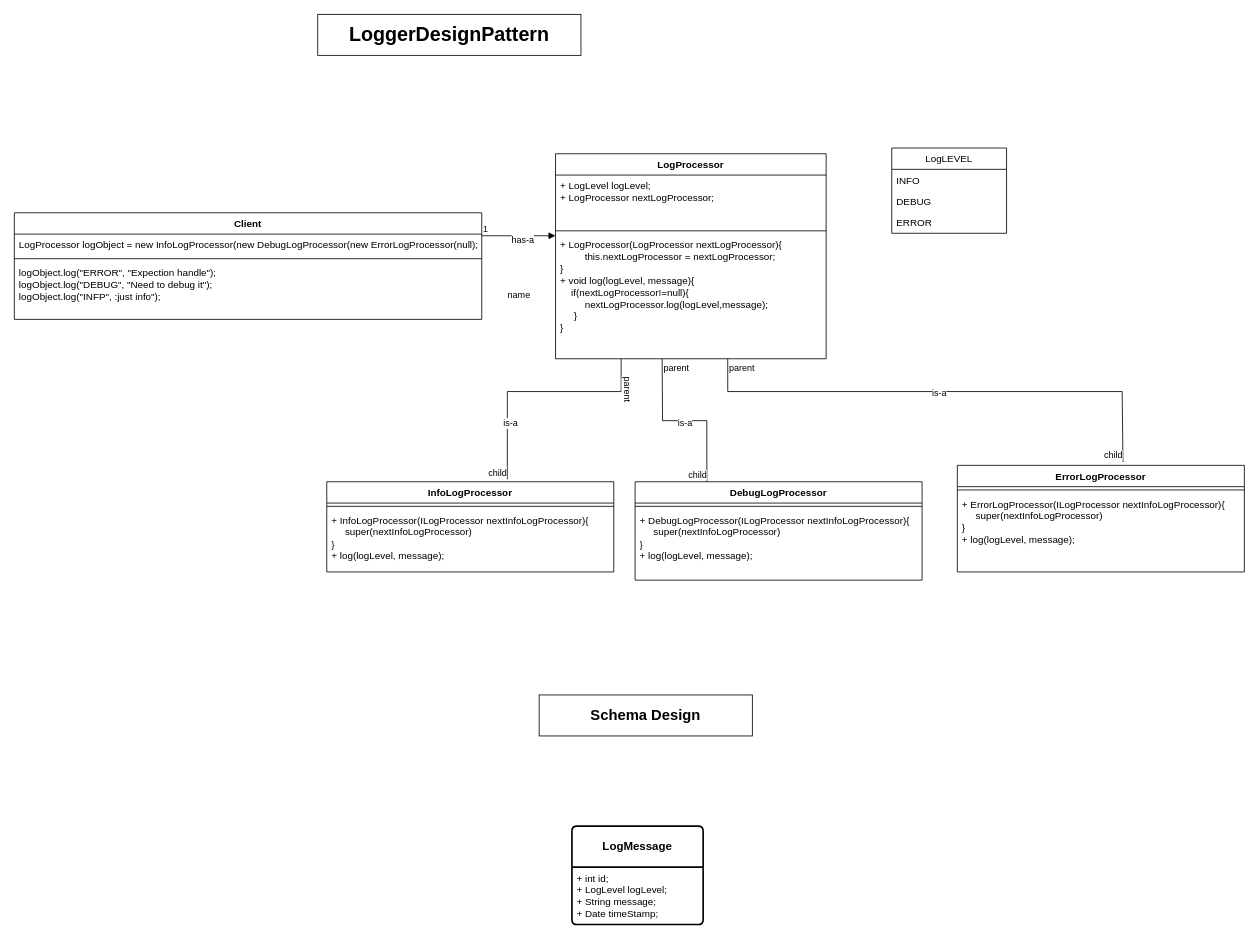
The draw.io diagram page "LoggerDesignPattern" (10 of 14) of Untitled Diagram.drawio in aryan113/UML-diagram, before the edit. Source tidied: cells renumbered, new cells numbered last; positions are measured from the earlier drawing's top-left corner, leaving out a move shared by most shapes. Both pictures are drawn from the tidied source at 82%, with x=0, y=0 at pixel (14, 14).
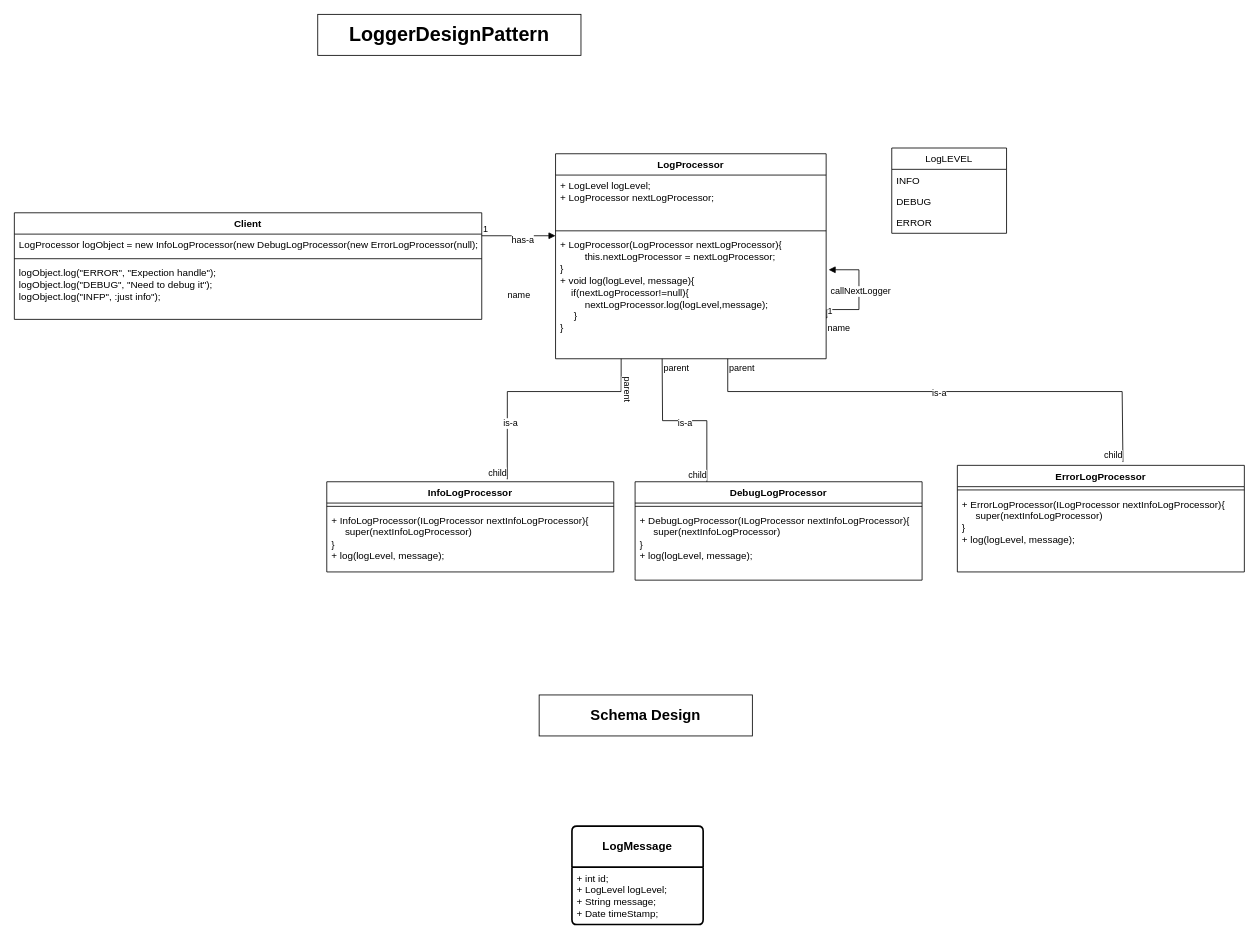
The same page after the edit.

The change refers to these unchanged cells:
```xml
<mxCell id="6" value="+ LogProcessor(LogProcessor nextLogProcessor){&lt;div&gt;&amp;nbsp; &amp;nbsp; &amp;nbsp; &amp;nbsp; &amp;nbsp;this.nextLogProcessor = nextLogProcessor;&lt;/div&gt;&lt;div&gt;}&lt;br&gt;&lt;div&gt;+ void log(logLevel, message){&lt;/div&gt;&lt;/div&gt;&lt;div&gt;&amp;nbsp; &amp;nbsp; if(&lt;span style=&quot;background-color: initial;&quot;&gt;nextLogProcessor!=null){&lt;/span&gt;&lt;/div&gt;&lt;div&gt;&lt;span style=&quot;background-color: initial;&quot;&gt;&amp;nbsp; &amp;nbsp; &amp;nbsp; &amp;nbsp; &amp;nbsp;&lt;/span&gt;&lt;span style=&quot;background-color: initial;&quot;&gt;nextLogProcessor.log(logLevel,message);&lt;/span&gt;&lt;/div&gt;&lt;div&gt;&lt;span style=&quot;background-color: initial;&quot;&gt;&amp;nbsp; &amp;nbsp; &amp;nbsp;}&lt;/span&gt;&lt;/div&gt;&lt;div&gt;&lt;span style=&quot;background-color: initial;&quot;&gt;}&lt;/span&gt;&lt;/div&gt;" style="text;strokeColor=none;fillColor=none;align=left;verticalAlign=top;spacingLeft=4;spacingRight=4;overflow=hidden;points=[[0,0.5],[1,0.5]];portConstraint=eastwest;whiteSpace=wrap;html=1;" parent="3" vertex="1">
  <mxGeometry y="98" width="330" height="152" as="geometry" />
</mxCell>
```

Diff of the diagram source:
```diff
@@
+    <mxCell id="42" value="name" style="endArrow=block;endFill=1;html=1;edgeStyle=orthogonalEdgeStyle;align=left;verticalAlign=top;rounded=0;entryX=1.009;entryY=0.286;entryDx=0;entryDy=0;entryPerimeter=0;" parent="1" edge="1" target="6">
+      <mxGeometry x="-1" relative="1" as="geometry">
+        <mxPoint x="990" y="370" as="sourcePoint" />
+        <Array as="points">
+          <mxPoint x="991" y="370" />
+          <mxPoint x="991" y="360" />
+          <mxPoint x="1030" y="360" />
+          <mxPoint x="1030" y="312" />
+        </Array>
+      </mxGeometry>
+    </mxCell>
+    <mxCell id="43" value="1" style="edgeLabel;html=1;align=left;verticalAlign=bottom;" parent="42" vertex="1">
+      <mxGeometry x="-1" relative="1" as="geometry" />
+    </mxCell>
+    <mxCell id="44" value="callNextLogger" style="edgeLabel;html=1;align=center;verticalAlign=middle;" parent="42" vertex="1">
+      <mxGeometry x="0.08" y="-1" relative="1" as="geometry" />
+    </mxCell>
```
